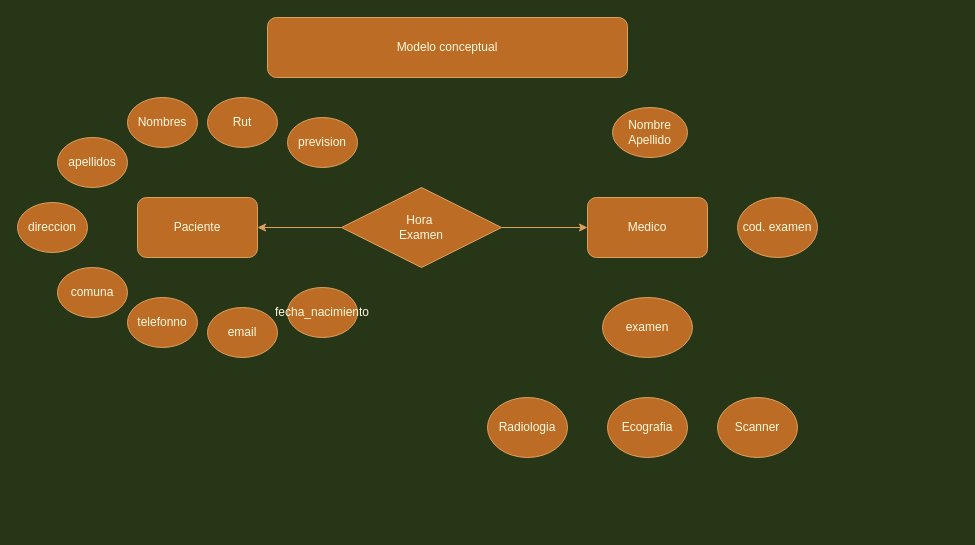
LinkCL001/Proyecto_Full_Stack_JavaScript keeps this draw.io diagram as Untitled Diagram.drawio. Above is the earlier version. Source tidied: cells renumbered, new cells numbered last; positions are measured from the earlier drawing's top-left corner, leaving out a move shared by most shapes. Both pictures are drawn from the tidied source at 100%, with x=0, y=0 at pixel (17, 17).
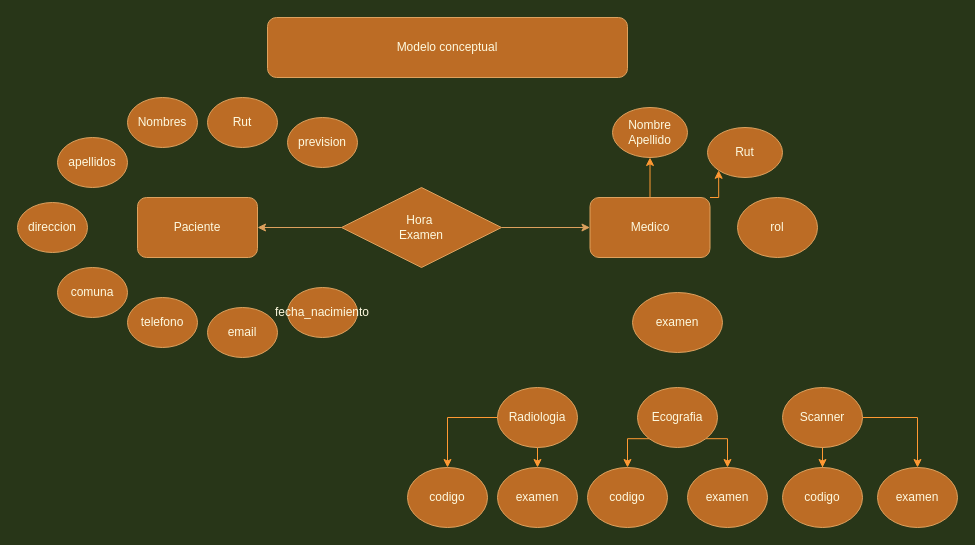
The same page after the edit.

The change refers to these unchanged cells:
```xml
<mxCell id="17" value="Nombre Apellido" style="ellipse;whiteSpace=wrap;html=1;rounded=0;sketch=0;fontColor=#FEFAE0;strokeColor=#DDA15E;fillColor=#BC6C25;" parent="1" vertex="1">
  <mxGeometry x="595" y="90" width="75" height="50" as="geometry" />
</mxCell>
```

Change to the diagram source:
```diff
@@
+    <mxCell id="23" style="edgeStyle=orthogonalEdgeStyle;rounded=0;jettySize=auto;html=1;entryX=0.5;entryY=1;entryDx=0;entryDy=0;strokeColor=#FF9933;" parent="1" edge="1" source="4" target="17">
+      <mxGeometry relative="1" as="geometry" />
+    </mxCell>
+    <mxCell id="24" style="edgeStyle=orthogonalEdgeStyle;rounded=0;jettySize=auto;html=1;exitX=1;exitY=0;exitDx=0;exitDy=0;entryX=0;entryY=1;entryDx=0;entryDy=0;strokeColor=#FF9933;" parent="1" edge="1" source="4" target="31">
+      <mxGeometry relative="1" as="geometry" />
+    </mxCell>
     <mxCell id="4" value="Medico" style="rounded=1;whiteSpace=wrap;html=1;sketch=0;fontColor=#FEFAE0;strokeColor=#DDA15E;fillColor=#BC6C25;" parent="1" vertex="1">
-      <mxGeometry x="570" y="180" width="120" height="60" as="geometry" />
+      <mxGeometry x="572.5" y="180" width="120" height="60" as="geometry" />
     </mxCell>
@@
-    <mxCell id="12" value="telefonno" style="ellipse;whiteSpace=wrap;html=1;rounded=0;sketch=0;fontColor=#FEFAE0;strokeColor=#DDA15E;fillColor=#BC6C25;" parent="1" vertex="1">
+    <mxCell id="12" value="telefono" style="ellipse;whiteSpace=wrap;html=1;rounded=0;sketch=0;fontColor=#FEFAE0;strokeColor=#DDA15E;fillColor=#BC6C25;" parent="1" vertex="1">
       <mxGeometry x="110" y="280" width="70" height="50" as="geometry" />
     </mxCell>
@@
     <mxCell id="18" value="examen" style="ellipse;whiteSpace=wrap;html=1;rounded=0;sketch=0;fontColor=#FEFAE0;strokeColor=#DDA15E;fillColor=#BC6C25;" parent="1" vertex="1">
-      <mxGeometry x="585" y="280" width="90" height="60" as="geometry" />
+      <mxGeometry x="615" y="275" width="90" height="60" as="geometry" />
     </mxCell>
+    <mxCell id="25" style="edgeStyle=orthogonalEdgeStyle;rounded=0;jettySize=auto;html=1;exitX=0.5;exitY=1;exitDx=0;exitDy=0;entryX=0.5;entryY=0;entryDx=0;entryDy=0;strokeColor=#FF9933;" parent="1" edge="1" source="19" target="33">
+      <mxGeometry relative="1" as="geometry" />
+    </mxCell>
+    <mxCell id="26" style="edgeStyle=orthogonalEdgeStyle;rounded=0;jettySize=auto;html=1;exitX=0;exitY=0.5;exitDx=0;exitDy=0;entryX=0.5;entryY=0;entryDx=0;entryDy=0;strokeColor=#FF9933;" parent="1" edge="1" source="19" target="32">
+      <mxGeometry relative="1" as="geometry" />
+    </mxCell>
     <mxCell id="19" value="Radiologia" style="ellipse;whiteSpace=wrap;html=1;rounded=0;sketch=0;fontColor=#FEFAE0;strokeColor=#DDA15E;fillColor=#BC6C25;" parent="1" vertex="1">
-      <mxGeometry x="470" y="380" width="80" height="60" as="geometry" />
+      <mxGeometry x="480" y="370" width="80" height="60" as="geometry" />
     </mxCell>
+    <mxCell id="27" style="edgeStyle=orthogonalEdgeStyle;rounded=0;jettySize=auto;html=1;strokeColor=#FF9933;" parent="1" edge="1" source="20" target="36">
+      <mxGeometry relative="1" as="geometry" />
+    </mxCell>
+    <mxCell id="28" style="edgeStyle=orthogonalEdgeStyle;rounded=0;jettySize=auto;html=1;exitX=1;exitY=0.5;exitDx=0;exitDy=0;entryX=0.5;entryY=0;entryDx=0;entryDy=0;strokeColor=#FF9933;" parent="1" edge="1" source="20" target="37">
+      <mxGeometry relative="1" as="geometry" />
+    </mxCell>
     <mxCell id="20" value="Scanner" style="ellipse;whiteSpace=wrap;html=1;rounded=0;sketch=0;fontColor=#FEFAE0;strokeColor=#DDA15E;fillColor=#BC6C25;" parent="1" vertex="1">
-      <mxGeometry x="700" y="380" width="80" height="60" as="geometry" />
+      <mxGeometry x="765" y="370" width="80" height="60" as="geometry" />
     </mxCell>
+    <mxCell id="29" style="edgeStyle=orthogonalEdgeStyle;rounded=0;jettySize=auto;html=1;exitX=0;exitY=1;exitDx=0;exitDy=0;entryX=0.5;entryY=0;entryDx=0;entryDy=0;strokeColor=#FF9933;" parent="1" edge="1" source="21" target="34">
+      <mxGeometry relative="1" as="geometry" />
+    </mxCell>
+    <mxCell id="30" style="edgeStyle=orthogonalEdgeStyle;rounded=0;jettySize=auto;html=1;exitX=1;exitY=1;exitDx=0;exitDy=0;entryX=0.5;entryY=0;entryDx=0;entryDy=0;strokeColor=#FF9933;" parent="1" edge="1" source="21" target="35">
+      <mxGeometry relative="1" as="geometry" />
+    </mxCell>
     <mxCell id="21" value="Ecografia" style="ellipse;whiteSpace=wrap;html=1;rounded=0;sketch=0;fontColor=#FEFAE0;strokeColor=#DDA15E;fillColor=#BC6C25;" parent="1" vertex="1">
-      <mxGeometry x="590" y="380" width="80" height="60" as="geometry" />
+      <mxGeometry x="620" y="370" width="80" height="60" as="geometry" />
     </mxCell>
-    <mxCell id="22" value="cod. examen" style="ellipse;whiteSpace=wrap;html=1;rounded=0;sketch=0;fontColor=#FEFAE0;strokeColor=#DDA15E;fillColor=#BC6C25;" parent="1" vertex="1">
+    <mxCell id="22" value="rol" style="ellipse;whiteSpace=wrap;html=1;rounded=0;sketch=0;fontColor=#FEFAE0;strokeColor=#DDA15E;fillColor=#BC6C25;" parent="1" vertex="1">
       <mxGeometry x="720" y="180" width="80" height="60" as="geometry" />
     </mxCell>
+    <mxCell id="31" value="Rut" style="ellipse;whiteSpace=wrap;html=1;rounded=0;sketch=0;fontColor=#FEFAE0;strokeColor=#DDA15E;fillColor=#BC6C25;" parent="1" vertex="1">
+      <mxGeometry x="690" y="110" width="75" height="50" as="geometry" />
+    </mxCell>
+    <mxCell id="32" value="codigo" style="ellipse;whiteSpace=wrap;html=1;rounded=0;sketch=0;fontColor=#FEFAE0;strokeColor=#DDA15E;fillColor=#BC6C25;" parent="1" vertex="1">
+      <mxGeometry x="390" y="450" width="80" height="60" as="geometry" />
+    </mxCell>
+    <mxCell id="33" value="examen" style="ellipse;whiteSpace=wrap;html=1;rounded=0;sketch=0;fontColor=#FEFAE0;strokeColor=#DDA15E;fillColor=#BC6C25;" parent="1" vertex="1">
+      <mxGeometry x="480" y="450" width="80" height="60" as="geometry" />
+    </mxCell>
+    <mxCell id="34" value="codigo" style="ellipse;whiteSpace=wrap;html=1;rounded=0;sketch=0;fontColor=#FEFAE0;strokeColor=#DDA15E;fillColor=#BC6C25;" parent="1" vertex="1">
+      <mxGeometry x="570" y="450" width="80" height="60" as="geometry" />
+    </mxCell>
+    <mxCell id="35" value="examen" style="ellipse;whiteSpace=wrap;html=1;rounded=0;sketch=0;fontColor=#FEFAE0;strokeColor=#DDA15E;fillColor=#BC6C25;" parent="1" vertex="1">
+      <mxGeometry x="670" y="450" width="80" height="60" as="geometry" />
+    </mxCell>
+    <mxCell id="36" value="codigo" style="ellipse;whiteSpace=wrap;html=1;rounded=0;sketch=0;fontColor=#FEFAE0;strokeColor=#DDA15E;fillColor=#BC6C25;" parent="1" vertex="1">
+      <mxGeometry x="765" y="450" width="80" height="60" as="geometry" />
+    </mxCell>
+    <mxCell id="37" value="examen" style="ellipse;whiteSpace=wrap;html=1;rounded=0;sketch=0;fontColor=#FEFAE0;strokeColor=#DDA15E;fillColor=#BC6C25;" parent="1" vertex="1">
+      <mxGeometry x="860" y="450" width="80" height="60" as="geometry" />
+    </mxCell>
```
